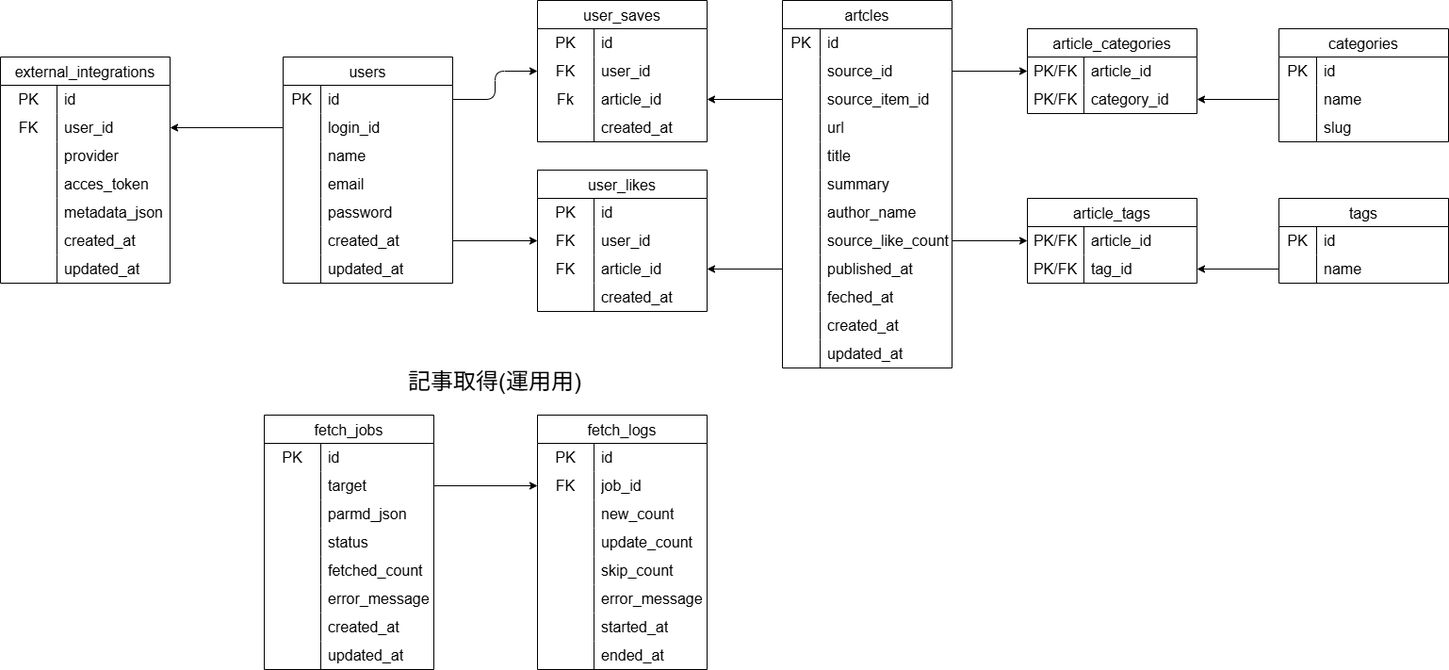
The draw.io diagram docs/er/app.db.drawio.png in akito-arakawa/TechFeed, before a commit. Source tidied: cells renumbered, new cells last; positions are measured from the earlier drawing's top-left corner, leaving out a move shared by most shapes.
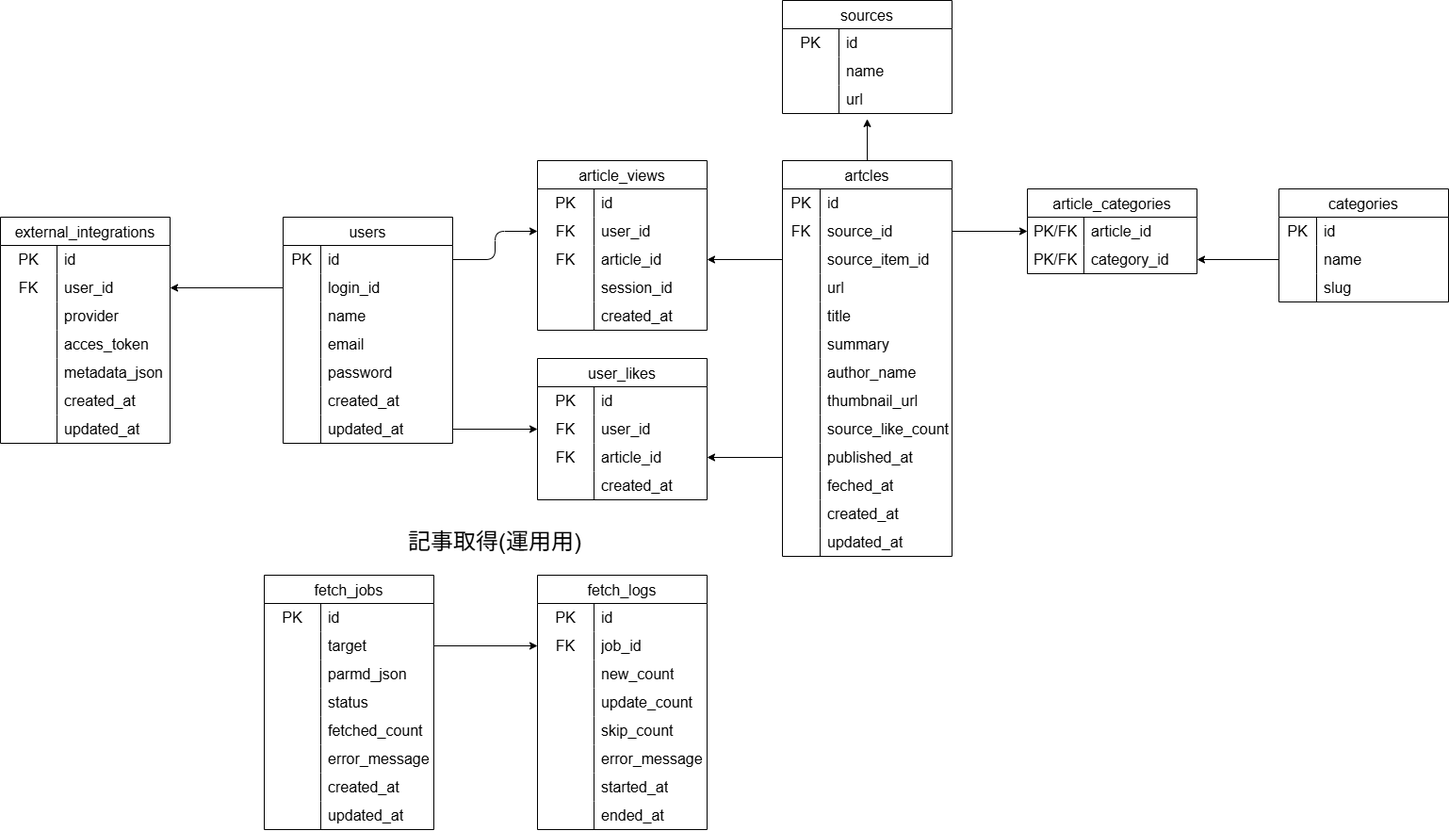
Later version of the same file.

Commit message:
change:viewテーブルの追加&sourcesテーブルの追加&サムネ用のurl追加

What changed in the source:
```diff
@@ -69,7 +69,7 @@
       <mxGeometry x="40" width="140" height="30" as="geometry" />
     </mxCell>
     <mxCell id="24" value="artcles" style="shape=table;startSize=30;rowLines=0;fontStyle=0;strokeColor=default;fontSize=16;" parent="1" vertex="1">
-      <mxGeometry x="830" width="180" height="390" as="geometry" />
+      <mxGeometry x="830" width="180" height="420" as="geometry" />
     </mxCell>
     <mxCell id="25" style="shape=tableRow;horizontal=0;startSize=0;swimlaneHead=0;swimlaneBody=0;top=0;left=0;bottom=0;right=0;fillColor=none;strokeColor=inherit;fontSize=16;" parent="24" vertex="1">
       <mxGeometry y="30" width="180" height="30" as="geometry" />
@@ -83,7 +83,7 @@
     <mxCell id="28" style="shape=tableRow;horizontal=0;startSize=0;swimlaneHead=0;swimlaneBody=0;top=0;left=0;bottom=0;right=0;fillColor=none;points=[[0,0.5],[1,0.5]];portConstraint=eastwest;strokeColor=inherit;fontSize=16;" parent="24" vertex="1">
       <mxGeometry y="60" width="180" height="30" as="geometry" />
     </mxCell>
-    <mxCell id="29" style="shape=partialRectangle;html=1;whiteSpace=wrap;fillColor=none;top=0;left=0;bottom=0;right=0;overflow=hidden;strokeColor=inherit;fontSize=16;" parent="28" vertex="1">
+    <mxCell id="29" value="FK" style="shape=partialRectangle;html=1;whiteSpace=wrap;fillColor=none;top=0;left=0;bottom=0;right=0;overflow=hidden;strokeColor=inherit;fontSize=16;" parent="28" vertex="1">
       <mxGeometry width="40" height="30" as="geometry" />
     </mxCell>
     <mxCell id="30" value="source_id" style="shape=partialRectangle;html=1;whiteSpace=wrap;fillColor=none;top=0;left=0;bottom=0;right=0;align=left;spacingLeft=6;overflow=hidden;strokeColor=inherit;fontSize=16;" parent="28" vertex="1">
@@ -134,8 +134,17 @@
     <mxCell id="45" value="author_name" style="shape=partialRectangle;html=1;whiteSpace=wrap;fillColor=none;top=0;left=0;bottom=0;right=0;align=left;spacingLeft=6;overflow=hidden;strokeColor=inherit;fontSize=16;" parent="43" vertex="1">
       <mxGeometry x="40" width="140" height="30" as="geometry" />
     </mxCell>
+    <mxCell id="201" style="shape=tableRow;horizontal=0;startSize=0;swimlaneHead=0;swimlaneBody=0;top=0;left=0;bottom=0;right=0;fillColor=none;strokeColor=inherit;fontSize=16;" parent="24" vertex="1">
+      <mxGeometry y="240" width="180" height="30" as="geometry" />
+    </mxCell>
+    <mxCell id="83" style="shape=partialRectangle;html=1;whiteSpace=wrap;fillColor=none;top=0;left=0;bottom=0;right=0;overflow=hidden;strokeColor=inherit;fontSize=16;" parent="201" vertex="1">
+      <mxGeometry width="40" height="30" as="geometry" />
+    </mxCell>
+    <mxCell id="202" value="thumbnail_url" style="shape=partialRectangle;html=1;whiteSpace=wrap;fillColor=none;top=0;left=0;bottom=0;right=0;align=left;spacingLeft=6;overflow=hidden;strokeColor=inherit;fontSize=16;" parent="201" vertex="1">
+      <mxGeometry x="40" width="140" height="30" as="geometry" />
+    </mxCell>
     <mxCell id="46" style="shape=tableRow;horizontal=0;startSize=0;swimlaneHead=0;swimlaneBody=0;top=0;left=0;bottom=0;right=0;fillColor=none;points=[[0,0.5],[1,0.5]];portConstraint=eastwest;strokeColor=inherit;fontSize=16;" parent="24" vertex="1">
-      <mxGeometry y="240" width="180" height="30" as="geometry" />
+      <mxGeometry y="270" width="180" height="30" as="geometry" />
     </mxCell>
     <mxCell id="47" style="shape=partialRectangle;html=1;whiteSpace=wrap;fillColor=none;top=0;left=0;bottom=0;right=0;overflow=hidden;strokeColor=inherit;fontSize=16;" parent="46" vertex="1">
       <mxGeometry width="40" height="30" as="geometry" />
@@ -144,7 +153,7 @@
       <mxGeometry x="40" width="140" height="30" as="geometry" />
     </mxCell>
     <mxCell id="49" style="shape=tableRow;horizontal=0;startSize=0;swimlaneHead=0;swimlaneBody=0;top=0;left=0;bottom=0;right=0;fillColor=none;points=[[0,0.5],[1,0.5]];portConstraint=eastwest;strokeColor=inherit;fontSize=16;" parent="24" vertex="1">
-      <mxGeometry y="270" width="180" height="30" as="geometry" />
+      <mxGeometry y="300" width="180" height="30" as="geometry" />
     </mxCell>
     <mxCell id="50" style="shape=partialRectangle;html=1;whiteSpace=wrap;fillColor=none;top=0;left=0;bottom=0;right=0;overflow=hidden;strokeColor=inherit;fontSize=16;" parent="49" vertex="1">
       <mxGeometry width="40" height="30" as="geometry" />
@@ -153,7 +162,7 @@
       <mxGeometry x="40" width="140" height="30" as="geometry" />
     </mxCell>
     <mxCell id="52" style="shape=tableRow;horizontal=0;startSize=0;swimlaneHead=0;swimlaneBody=0;top=0;left=0;bottom=0;right=0;fillColor=none;strokeColor=inherit;fontSize=16;" parent="24" vertex="1">
-      <mxGeometry y="300" width="180" height="30" as="geometry" />
+      <mxGeometry y="330" width="180" height="30" as="geometry" />
     </mxCell>
     <mxCell id="53" style="shape=partialRectangle;html=1;whiteSpace=wrap;fillColor=none;top=0;left=0;bottom=0;right=0;overflow=hidden;strokeColor=inherit;fontSize=16;" parent="52" vertex="1">
       <mxGeometry width="40" height="30" as="geometry" />
@@ -162,7 +171,7 @@
       <mxGeometry x="40" width="140" height="30" as="geometry" />
     </mxCell>
     <mxCell id="55" style="shape=tableRow;horizontal=0;startSize=0;swimlaneHead=0;swimlaneBody=0;top=0;left=0;bottom=0;right=0;fillColor=none;strokeColor=inherit;fontSize=16;" parent="24" vertex="1">
-      <mxGeometry y="330" width="180" height="30" as="geometry" />
+      <mxGeometry y="360" width="180" height="30" as="geometry" />
     </mxCell>
     <mxCell id="56" style="shape=partialRectangle;html=1;whiteSpace=wrap;fillColor=none;top=0;left=0;bottom=0;right=0;overflow=hidden;strokeColor=inherit;fontSize=16;" parent="55" vertex="1">
       <mxGeometry width="40" height="30" as="geometry" />
@@ -171,7 +180,7 @@
       <mxGeometry x="40" width="140" height="30" as="geometry" />
     </mxCell>
     <mxCell id="58" style="shape=tableRow;horizontal=0;startSize=0;swimlaneHead=0;swimlaneBody=0;top=0;left=0;bottom=0;right=0;fillColor=none;strokeColor=inherit;fontSize=16;" parent="24" vertex="1">
-      <mxGeometry y="360" width="180" height="30" as="geometry" />
+      <mxGeometry y="390" width="180" height="30" as="geometry" />
     </mxCell>
     <mxCell id="59" style="shape=partialRectangle;html=1;whiteSpace=wrap;fillColor=none;top=0;left=0;bottom=0;right=0;overflow=hidden;strokeColor=inherit;fontSize=16;" parent="58" vertex="1">
       <mxGeometry width="40" height="30" as="geometry" />
@@ -230,56 +239,11 @@
     <mxCell id="77" value="category_id" style="shape=partialRectangle;html=1;whiteSpace=wrap;fillColor=none;top=0;left=0;bottom=0;right=0;align=left;spacingLeft=6;overflow=hidden;strokeColor=inherit;fontSize=16;" parent="75" vertex="1">
       <mxGeometry x="60" width="120" height="30" as="geometry" />
     </mxCell>
-    <mxCell id="78" value="tags" style="shape=table;startSize=30;rowLines=0;fontStyle=0;strokeColor=default;fontSize=16;" parent="1" vertex="1">
-      <mxGeometry x="1357" y="210" width="180" height="90" as="geometry" />
-    </mxCell>
-    <mxCell id="79" style="shape=tableRow;horizontal=0;startSize=0;swimlaneHead=0;swimlaneBody=0;top=0;left=0;bottom=0;right=0;fillColor=none;strokeColor=inherit;fontSize=16;" parent="78" vertex="1">
-      <mxGeometry y="30" width="180" height="30" as="geometry" />
-    </mxCell>
-    <mxCell id="80" value="PK" style="shape=partialRectangle;html=1;whiteSpace=wrap;fillColor=none;top=0;left=0;bottom=0;right=0;overflow=hidden;strokeColor=inherit;fontSize=16;" parent="79" vertex="1">
-      <mxGeometry width="40" height="30" as="geometry" />
-    </mxCell>
-    <mxCell id="81" value="id" style="shape=partialRectangle;html=1;whiteSpace=wrap;fillColor=none;top=0;left=0;bottom=0;right=0;align=left;spacingLeft=6;overflow=hidden;strokeColor=inherit;fontSize=16;" parent="79" vertex="1">
-      <mxGeometry x="40" width="140" height="30" as="geometry" />
-    </mxCell>
-    <mxCell id="82" style="shape=tableRow;horizontal=0;startSize=0;swimlaneHead=0;swimlaneBody=0;top=0;left=0;bottom=0;right=0;fillColor=none;points=[[0,0.5],[1,0.5]];portConstraint=eastwest;strokeColor=inherit;fontSize=16;" parent="78" vertex="1">
-      <mxGeometry y="60" width="180" height="30" as="geometry" />
-    </mxCell>
-    <mxCell id="83" style="shape=partialRectangle;html=1;whiteSpace=wrap;fillColor=none;top=0;left=0;bottom=0;right=0;overflow=hidden;strokeColor=inherit;fontSize=16;" parent="82" vertex="1">
-      <mxGeometry width="40" height="30" as="geometry" />
-    </mxCell>
-    <mxCell id="84" value="name" style="shape=partialRectangle;html=1;whiteSpace=wrap;fillColor=none;top=0;left=0;bottom=0;right=0;align=left;spacingLeft=6;overflow=hidden;strokeColor=inherit;fontSize=16;" parent="82" vertex="1">
-      <mxGeometry x="40" width="140" height="30" as="geometry" />
-    </mxCell>
-    <mxCell id="85" value="article_tags" style="shape=table;startSize=30;rowLines=0;fontStyle=0;strokeColor=default;fontSize=16;" parent="1" vertex="1">
-      <mxGeometry x="1090" y="210" width="180" height="90" as="geometry" />
-    </mxCell>
-    <mxCell id="86" style="shape=tableRow;horizontal=0;startSize=0;swimlaneHead=0;swimlaneBody=0;top=0;left=0;bottom=0;right=0;fillColor=none;points=[[0,0.5],[1,0.5]];portConstraint=eastwest;strokeColor=inherit;fontSize=16;" parent="85" vertex="1">
-      <mxGeometry y="30" width="180" height="30" as="geometry" />
-    </mxCell>
-    <mxCell id="87" value="PK/FK" style="shape=partialRectangle;html=1;whiteSpace=wrap;fillColor=none;top=0;left=0;bottom=0;right=0;overflow=hidden;strokeColor=inherit;fontSize=16;" parent="86" vertex="1">
-      <mxGeometry width="60" height="30" as="geometry" />
-    </mxCell>
-    <mxCell id="88" value="article_id" style="shape=partialRectangle;html=1;whiteSpace=wrap;fillColor=none;top=0;left=0;bottom=0;right=0;align=left;spacingLeft=6;overflow=hidden;strokeColor=inherit;fontSize=16;" parent="86" vertex="1">
-      <mxGeometry x="60" width="120" height="30" as="geometry" />
-    </mxCell>
-    <mxCell id="89" style="shape=tableRow;horizontal=0;startSize=0;swimlaneHead=0;swimlaneBody=0;top=0;left=0;bottom=0;right=0;fillColor=none;points=[[0,0.5],[1,0.5]];portConstraint=eastwest;strokeColor=inherit;fontSize=16;" parent="85" vertex="1">
-      <mxGeometry y="60" width="180" height="30" as="geometry" />
-    </mxCell>
-    <mxCell id="90" value="PK/FK" style="shape=partialRectangle;html=1;whiteSpace=wrap;fillColor=none;top=0;left=0;bottom=0;right=0;overflow=hidden;strokeColor=inherit;fontSize=16;" parent="89" vertex="1">
-      <mxGeometry width="60" height="30" as="geometry" />
-    </mxCell>
-    <mxCell id="91" value="tag_id" style="shape=partialRectangle;html=1;whiteSpace=wrap;fillColor=none;top=0;left=0;bottom=0;right=0;align=left;spacingLeft=6;overflow=hidden;strokeColor=inherit;fontSize=16;" parent="89" vertex="1">
-      <mxGeometry x="60" width="120" height="30" as="geometry" />
-    </mxCell>
     <mxCell id="92" style="edgeStyle=none;html=1;exitX=1;exitY=0.5;exitDx=0;exitDy=0;entryX=0;entryY=0.5;entryDx=0;entryDy=0;" parent="1" edge="1" source="28" target="72">
       <mxGeometry relative="1" as="geometry" />
     </mxCell>
-    <mxCell id="93" style="edgeStyle=none;html=1;exitX=1;exitY=0.5;exitDx=0;exitDy=0;entryX=0;entryY=0.5;entryDx=0;entryDy=0;" parent="1" edge="1" source="46" target="86">
-      <mxGeometry relative="1" as="geometry" />
-    </mxCell>
-    <mxCell id="94" value="user_saves" style="shape=table;startSize=30;rowLines=0;fontStyle=0;strokeColor=default;fontSize=16;" parent="1" vertex="1">
-      <mxGeometry x="570" width="180" height="150" as="geometry" />
+    <mxCell id="94" value="article_views" style="shape=table;startSize=30;rowLines=0;fontStyle=0;strokeColor=default;fontSize=16;" parent="1" vertex="1">
+      <mxGeometry x="570" width="180" height="180" as="geometry" />
     </mxCell>
     <mxCell id="95" style="shape=tableRow;horizontal=0;startSize=0;swimlaneHead=0;swimlaneBody=0;top=0;left=0;bottom=0;right=0;fillColor=none;strokeColor=inherit;fontSize=16;" parent="94" vertex="1">
       <mxGeometry y="30" width="180" height="30" as="geometry" />
@@ -302,7 +266,7 @@
     <mxCell id="101" style="shape=tableRow;horizontal=0;startSize=0;swimlaneHead=0;swimlaneBody=0;top=0;left=0;bottom=0;right=0;fillColor=none;points=[[0,0.5],[1,0.5]];portConstraint=eastwest;strokeColor=inherit;fontSize=16;" parent="94" vertex="1">
       <mxGeometry y="90" width="180" height="30" as="geometry" />
     </mxCell>
-    <mxCell id="102" value="Fk" style="shape=partialRectangle;html=1;whiteSpace=wrap;fillColor=none;top=0;left=0;bottom=0;right=0;overflow=hidden;strokeColor=inherit;fontSize=16;" parent="101" vertex="1">
+    <mxCell id="102" value="FK" style="shape=partialRectangle;html=1;whiteSpace=wrap;fillColor=none;top=0;left=0;bottom=0;right=0;overflow=hidden;strokeColor=inherit;fontSize=16;" parent="101" vertex="1">
       <mxGeometry width="60" height="30" as="geometry" />
     </mxCell>
     <mxCell id="103" value="article_id" style="shape=partialRectangle;html=1;whiteSpace=wrap;fillColor=none;top=0;left=0;bottom=0;right=0;align=left;spacingLeft=6;overflow=hidden;strokeColor=inherit;fontSize=16;" parent="101" vertex="1">
@@ -314,11 +278,20 @@
     <mxCell id="105" style="shape=partialRectangle;html=1;whiteSpace=wrap;fillColor=none;top=0;left=0;bottom=0;right=0;overflow=hidden;strokeColor=inherit;fontSize=16;" parent="104" vertex="1">
       <mxGeometry width="60" height="30" as="geometry" />
     </mxCell>
-    <mxCell id="106" value="created_at" style="shape=partialRectangle;html=1;whiteSpace=wrap;fillColor=none;top=0;left=0;bottom=0;right=0;align=left;spacingLeft=6;overflow=hidden;strokeColor=inherit;fontSize=16;" parent="104" vertex="1">
+    <mxCell id="106" value="session_id" style="shape=partialRectangle;html=1;whiteSpace=wrap;fillColor=none;top=0;left=0;bottom=0;right=0;align=left;spacingLeft=6;overflow=hidden;strokeColor=inherit;fontSize=16;" parent="104" vertex="1">
       <mxGeometry x="60" width="120" height="30" as="geometry" />
     </mxCell>
+    <mxCell id="203" style="shape=tableRow;horizontal=0;startSize=0;swimlaneHead=0;swimlaneBody=0;top=0;left=0;bottom=0;right=0;fillColor=none;strokeColor=inherit;fontSize=16;" parent="94" vertex="1">
+      <mxGeometry y="150" width="180" height="30" as="geometry" />
+    </mxCell>
+    <mxCell id="204" style="shape=partialRectangle;html=1;whiteSpace=wrap;fillColor=none;top=0;left=0;bottom=0;right=0;overflow=hidden;strokeColor=inherit;fontSize=16;" parent="203" vertex="1">
+      <mxGeometry width="60" height="30" as="geometry" />
+    </mxCell>
+    <mxCell id="205" value="&lt;span style=&quot;color: rgb(0, 0, 0);&quot;&gt;created_at&lt;/span&gt;" style="shape=partialRectangle;html=1;whiteSpace=wrap;fillColor=none;top=0;left=0;bottom=0;right=0;align=left;spacingLeft=6;overflow=hidden;strokeColor=inherit;fontSize=16;" parent="203" vertex="1">
+      <mxGeometry x="60" width="120" height="30" as="geometry" />
+    </mxCell>
     <mxCell id="107" value="user_likes" style="shape=table;startSize=30;rowLines=0;fontStyle=0;strokeColor=default;fontSize=16;" parent="1" vertex="1">
-      <mxGeometry x="570" y="180" width="180" height="150" as="geometry" />
+      <mxGeometry x="570" y="210" width="180" height="150" as="geometry" />
     </mxCell>
     <mxCell id="108" style="shape=tableRow;horizontal=0;startSize=0;swimlaneHead=0;swimlaneBody=0;top=0;left=0;bottom=0;right=0;fillColor=none;strokeColor=inherit;fontSize=16;" parent="107" vertex="1">
       <mxGeometry y="30" width="180" height="30" as="geometry" />
@@ -359,7 +332,7 @@
     <mxCell id="120" style="edgeStyle=none;html=1;exitX=0;exitY=0.5;exitDx=0;exitDy=0;entryX=1;entryY=0.5;entryDx=0;entryDy=0;" parent="1" edge="1" source="31" target="101">
       <mxGeometry relative="1" as="geometry" />
     </mxCell>
-    <mxCell id="121" style="edgeStyle=orthogonalEdgeStyle;html=1;exitX=1;exitY=0.5;exitDx=0;exitDy=0;entryX=0;entryY=0.5;entryDx=0;entryDy=0;" parent="1" edge="1" source="18" target="111">
+    <mxCell id="121" style="edgeStyle=orthogonalEdgeStyle;html=1;exitX=1;exitY=0.5;exitDx=0;exitDy=0;entryX=0;entryY=0.5;entryDx=0;entryDy=0;" parent="1" edge="1" source="21" target="111">
       <mxGeometry relative="1" as="geometry" />
     </mxCell>
     <mxCell id="122" style="edgeStyle=orthogonalEdgeStyle;html=1;exitX=1;exitY=0.5;exitDx=0;exitDy=0;entryX=0;entryY=0.5;entryDx=0;entryDy=0;" parent="1" edge="1" source="3" target="98">
@@ -368,9 +341,6 @@
     <mxCell id="123" style="edgeStyle=none;html=1;exitX=0;exitY=0.5;exitDx=0;exitDy=0;entryX=1;entryY=0.5;entryDx=0;entryDy=0;" parent="1" edge="1" source="65" target="75">
       <mxGeometry relative="1" as="geometry" />
     </mxCell>
-    <mxCell id="124" style="edgeStyle=none;html=1;exitX=0;exitY=0.5;exitDx=0;exitDy=0;entryX=1;entryY=0.5;entryDx=0;entryDy=0;" parent="1" edge="1" source="82" target="89">
-      <mxGeometry relative="1" as="geometry" />
-    </mxCell>
     <mxCell id="125" style="edgeStyle=none;html=1;exitX=0;exitY=0.5;exitDx=0;exitDy=0;entryX=1;entryY=0.5;entryDx=0;entryDy=0;" parent="1" edge="1" source="49" target="114">
       <mxGeometry relative="1" as="geometry" />
     </mxCell>
@@ -599,5 +569,38 @@
     <mxCell id="200" style="edgeStyle=none;html=1;exitX=0;exitY=0.5;exitDx=0;exitDy=0;entryX=1;entryY=0.5;entryDx=0;entryDy=0;" parent="1" edge="1" source="6" target="130">
       <mxGeometry relative="1" as="geometry" />
     </mxCell>
+    <mxCell id="206" value="sources" style="shape=table;startSize=30;rowLines=0;fontStyle=0;strokeColor=default;fontSize=16;" parent="1" vertex="1">
+      <mxGeometry x="830" y="-170" width="180" height="120" as="geometry" />
+    </mxCell>
+    <mxCell id="207" style="shape=tableRow;horizontal=0;startSize=0;swimlaneHead=0;swimlaneBody=0;top=0;left=0;bottom=0;right=0;fillColor=none;strokeColor=inherit;fontSize=16;" parent="206" vertex="1">
+      <mxGeometry y="30" width="180" height="30" as="geometry" />
+    </mxCell>
+    <mxCell id="80" value="PK" style="shape=partialRectangle;html=1;whiteSpace=wrap;fillColor=none;top=0;left=0;bottom=0;right=0;overflow=hidden;strokeColor=inherit;fontSize=16;" parent="207" vertex="1">
+      <mxGeometry width="60" height="30" as="geometry" />
+    </mxCell>
+    <mxCell id="81" value="id" style="shape=partialRectangle;html=1;whiteSpace=wrap;fillColor=none;top=0;left=0;bottom=0;right=0;align=left;spacingLeft=6;overflow=hidden;strokeColor=inherit;fontSize=16;" parent="207" vertex="1">
+      <mxGeometry x="60" width="120" height="30" as="geometry" />
+    </mxCell>
+    <mxCell id="208" style="shape=tableRow;horizontal=0;startSize=0;swimlaneHead=0;swimlaneBody=0;top=0;left=0;bottom=0;right=0;fillColor=none;strokeColor=inherit;fontSize=16;" parent="206" vertex="1">
+      <mxGeometry y="60" width="180" height="30" as="geometry" />
+    </mxCell>
+    <mxCell id="209" style="shape=partialRectangle;html=1;whiteSpace=wrap;fillColor=none;top=0;left=0;bottom=0;right=0;overflow=hidden;strokeColor=inherit;fontSize=16;" parent="208" vertex="1">
+      <mxGeometry width="60" height="30" as="geometry" />
+    </mxCell>
+    <mxCell id="84" value="name" style="shape=partialRectangle;html=1;whiteSpace=wrap;fillColor=none;top=0;left=0;bottom=0;right=0;align=left;spacingLeft=6;overflow=hidden;strokeColor=inherit;fontSize=16;" parent="208" vertex="1">
+      <mxGeometry x="60" width="120" height="30" as="geometry" />
+    </mxCell>
+    <mxCell id="210" style="shape=tableRow;horizontal=0;startSize=0;swimlaneHead=0;swimlaneBody=0;top=0;left=0;bottom=0;right=0;fillColor=none;points=[[0,0.5],[1,0.5]];portConstraint=eastwest;strokeColor=inherit;fontSize=16;" parent="206" vertex="1">
+      <mxGeometry y="90" width="180" height="30" as="geometry" />
+    </mxCell>
+    <mxCell id="211" style="shape=partialRectangle;html=1;whiteSpace=wrap;fillColor=none;top=0;left=0;bottom=0;right=0;overflow=hidden;strokeColor=inherit;fontSize=16;" parent="210" vertex="1">
+      <mxGeometry width="60" height="30" as="geometry" />
+    </mxCell>
+    <mxCell id="212" value="url" style="shape=partialRectangle;html=1;whiteSpace=wrap;fillColor=none;top=0;left=0;bottom=0;right=0;align=left;spacingLeft=6;overflow=hidden;strokeColor=inherit;fontSize=16;" parent="210" vertex="1">
+      <mxGeometry x="60" width="120" height="30" as="geometry" />
+    </mxCell>
+    <mxCell id="213" style="edgeStyle=none;html=1;exitX=0.5;exitY=0;exitDx=0;exitDy=0;entryX=0.5;entryY=1.196;entryDx=0;entryDy=0;entryPerimeter=0;" parent="1" edge="1" source="24" target="210">
+      <mxGeometry relative="1" as="geometry" />
+    </mxCell>
   </root>
 </mxGraphModel>
```
